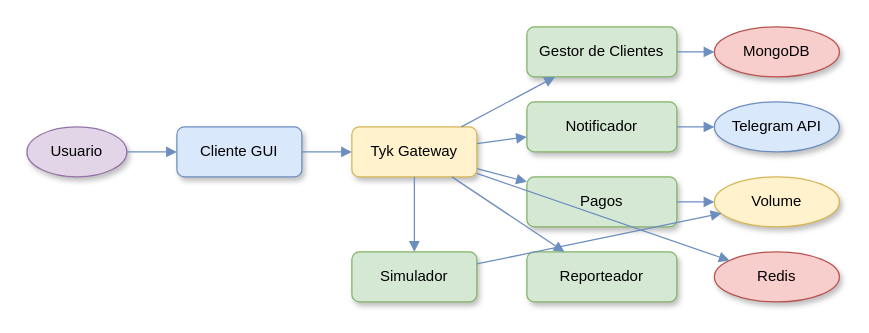
The draw.io diagram page "Contexto" (1 of 3) of docs/global-surance.drawio in AngelJanvier01/docker-microservicios, before the edit. Source tidied: cells renumbered, new cells numbered last; positions are measured from the earlier drawing's top-left corner, leaving out a move shared by most shapes. Both pictures are drawn from the tidied source at 125%, with x=0, y=0 at pixel (26, 26).
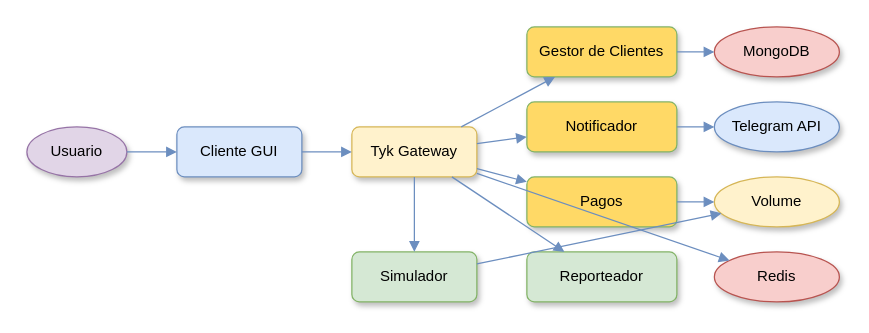
After the change.

Change to the diagram source:
```diff
@@
-    <mxCell id="5" value="Gestor de Clientes" style="rounded=1;whiteSpace=wrap;html=1;fillColor=#d5e8d4;strokeColor=#82b366;shadow=1;fontSize=12;" parent="1" vertex="1">
+    <mxCell id="5" value="Gestor de Clientes" style="rounded=1;whiteSpace=wrap;html=1;fillColor=#FFD966;strokeColor=#82b366;shadow=1;fontSize=12;" parent="1" vertex="1">
       <mxGeometry x="400" width="120" height="40" as="geometry" />
     </mxCell>
-    <mxCell id="6" value="Notificador" style="rounded=1;whiteSpace=wrap;html=1;fillColor=#d5e8d4;strokeColor=#82b366;shadow=1;fontSize=12;" parent="1" vertex="1">
+    <mxCell id="6" value="Notificador" style="rounded=1;whiteSpace=wrap;html=1;fillColor=#FFD966;strokeColor=#82b366;shadow=1;fontSize=12;" parent="1" vertex="1">
       <mxGeometry x="400" y="60" width="120" height="40" as="geometry" />
     </mxCell>
-    <mxCell id="7" value="Pagos" style="rounded=1;whiteSpace=wrap;html=1;fillColor=#d5e8d4;strokeColor=#82b366;shadow=1;fontSize=12;" parent="1" vertex="1">
+    <mxCell id="7" value="Pagos" style="rounded=1;whiteSpace=wrap;html=1;fillColor=#FFD966;strokeColor=#82b366;shadow=1;fontSize=12;" parent="1" vertex="1">
       <mxGeometry x="400" y="120" width="120" height="40" as="geometry" />
     </mxCell>
```
